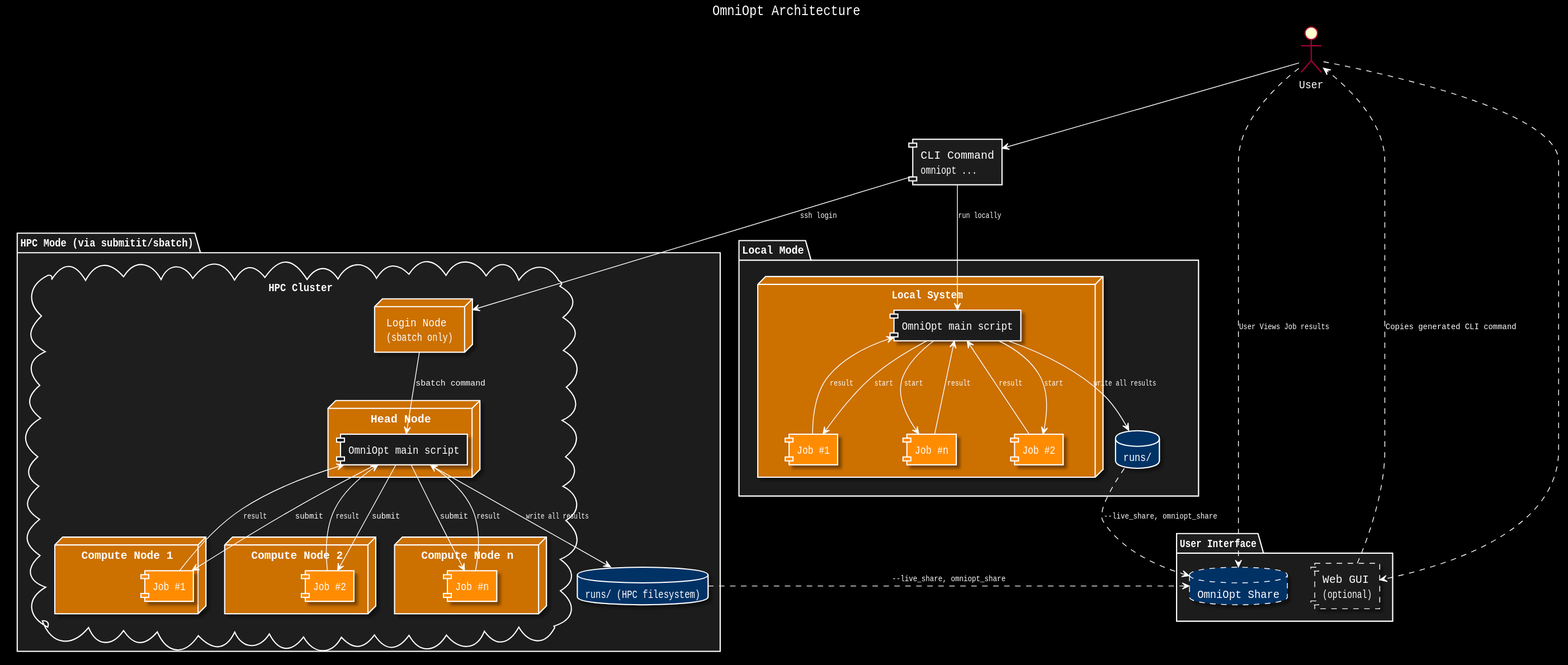
The PlantUML diagram .gui/documentation/output_dark/architecture.svg in NormanTUD/OmniOpt, before a commit.
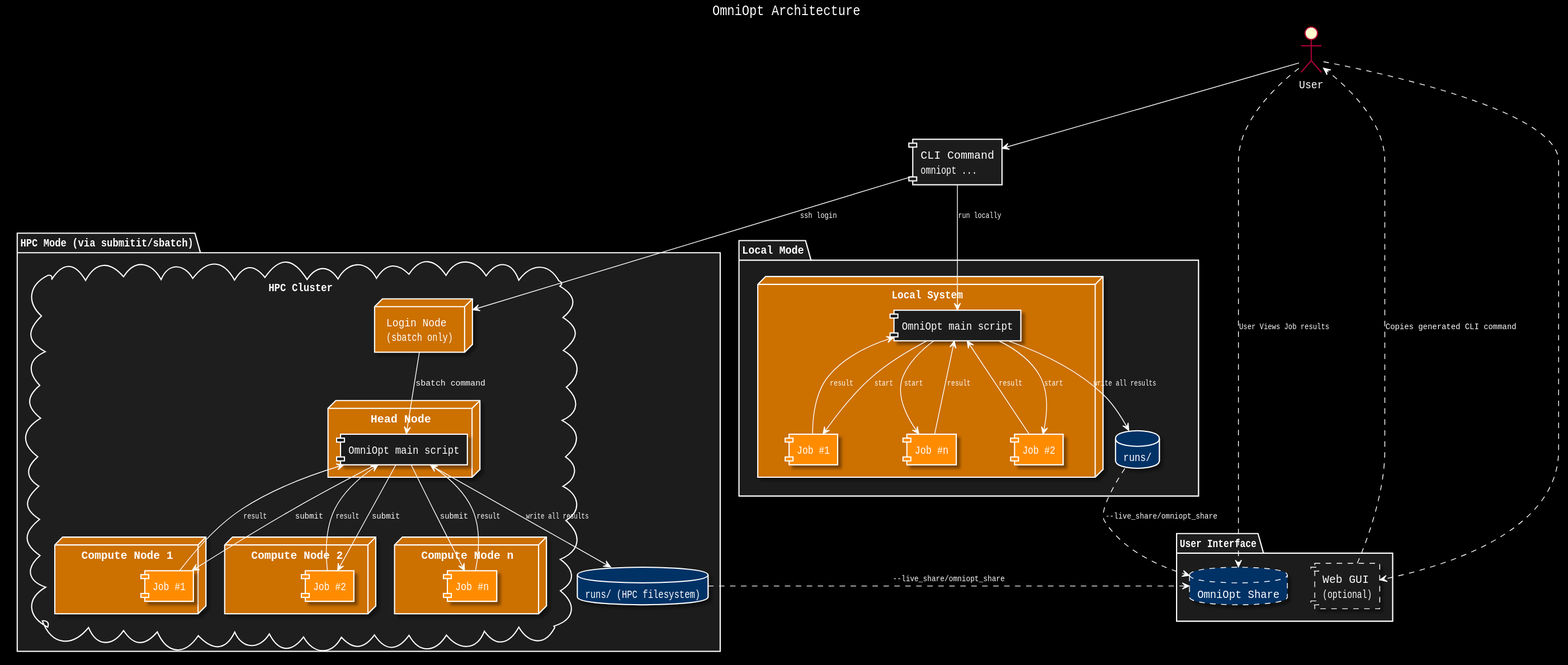
Later version of the same file.

Change to the diagram source:
```diff
@@ -64,7 +64,7 @@
   LocalJobN --> LocalCore : result
 
   LocalCore --> LocalRuns : write all results
-  LocalRuns ..> Share : --live_share, omniopt_share
+  LocalRuns ..> Share : --live_share/omniopt_share
 }
 
 package "HPC Mode (via submitit/sbatch)" {
@@ -99,7 +99,7 @@
   HPCJobN --> HPCMaster : result
 
   HPCMaster --> HPCRuns : write all results
-  HPCRuns ..> Share : --live_share, omniopt_share
+  HPCRuns ..> Share : --live_share/omniopt_share
 }
 
 @enduml
```
